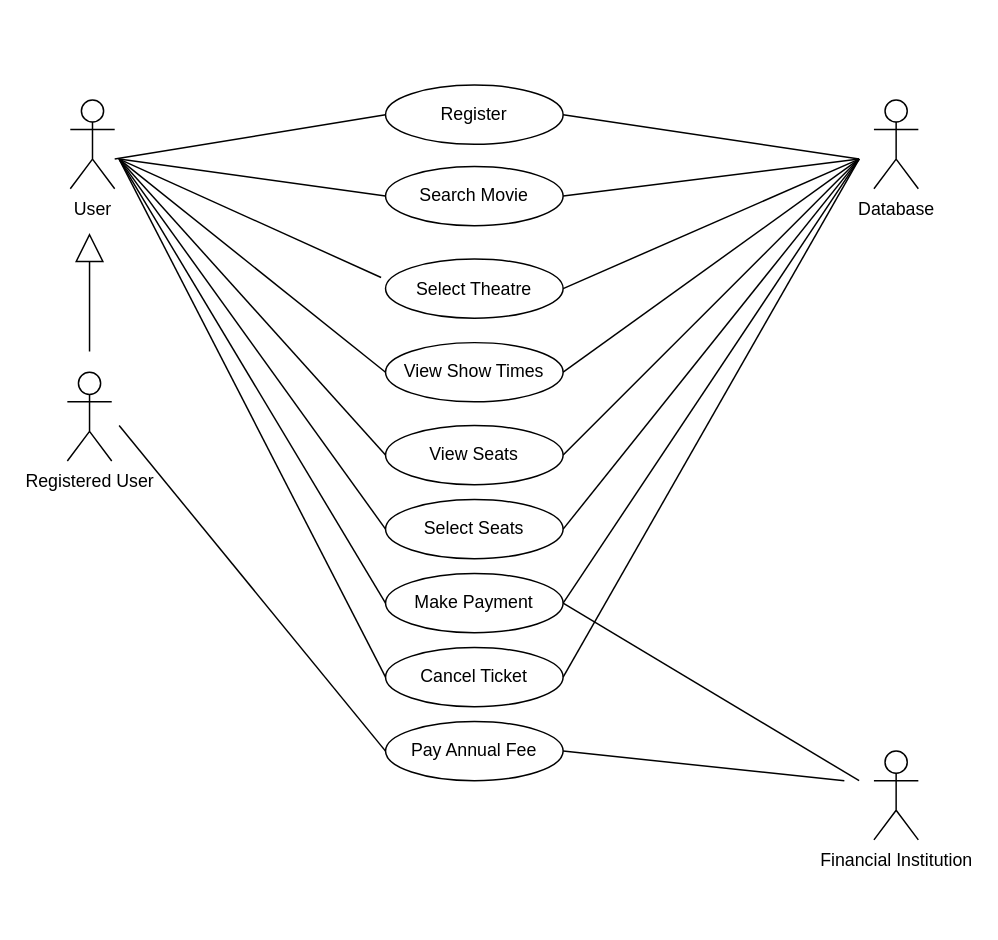
Before: Dessign Documents/Diagrams/usecase_diagram.drawio in folkg/movie-ticket-reservation-app, a draw.io diagram. Source tidied: cells renumbered, new cells numbered last; positions are measured from the earlier drawing's top-left corner, leaving out a move shared by most shapes. Both pictures are drawn from the tidied source at 148%, with x=0, y=0 at pixel (67, 84).
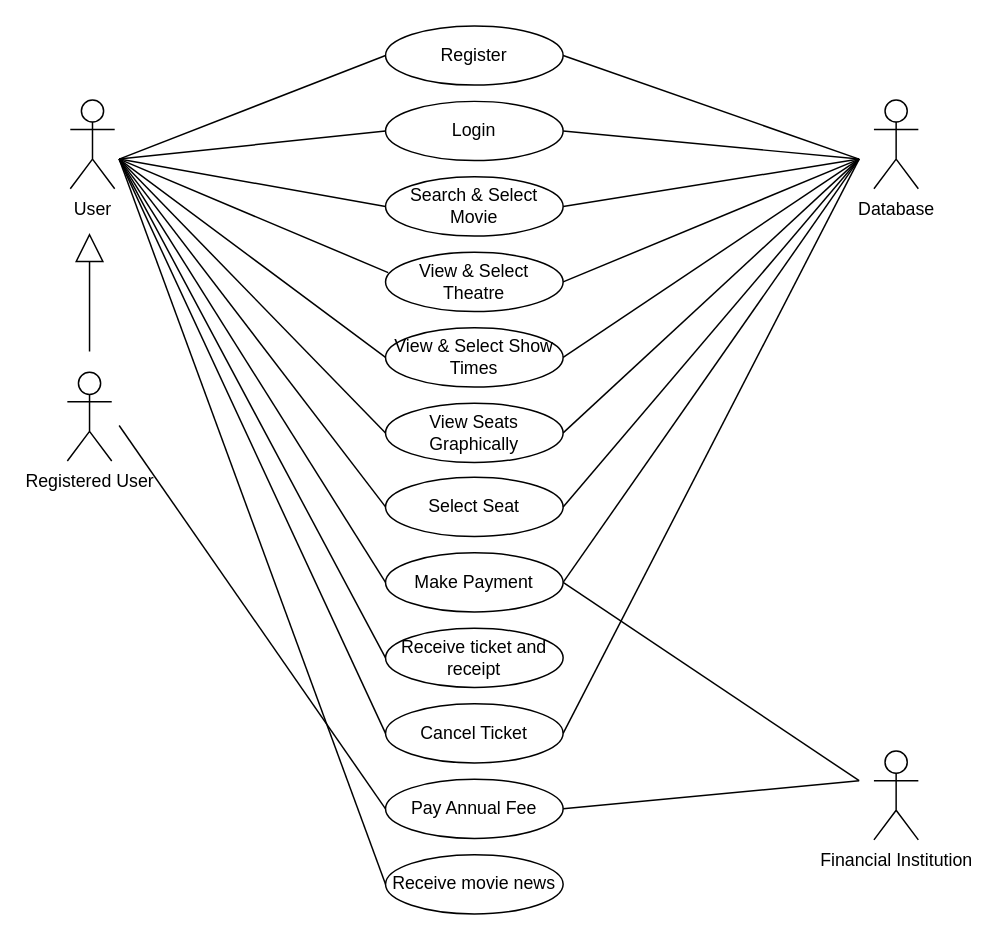
After the change.

Commit message:
added login, ticket, and news cases

The edit, as a diff of the source:
```diff
@@
     <mxCell id="2" value="Register" style="ellipse;whiteSpace=wrap;html=1;" parent="1" vertex="1">
-      <mxGeometry x="215" width="120" height="40" as="geometry" />
+      <mxGeometry x="215" y="-40" width="120" height="40" as="geometry" />
     </mxCell>
-    <mxCell id="3" value="Search Movie" style="ellipse;whiteSpace=wrap;html=1;" parent="1" vertex="1">
-      <mxGeometry x="215" y="55" width="120" height="40" as="geometry" />
+    <mxCell id="3" value="Search &amp;amp; Select Movie" style="ellipse;whiteSpace=wrap;html=1;" parent="1" vertex="1">
+      <mxGeometry x="215" y="62" width="120" height="40" as="geometry" />
     </mxCell>
-    <mxCell id="4" value="View Show Times" style="ellipse;whiteSpace=wrap;html=1;" parent="1" vertex="1">
-      <mxGeometry x="215" y="174" width="120" height="40" as="geometry" />
+    <mxCell id="4" value="View &amp;amp; Select Show Times" style="ellipse;whiteSpace=wrap;html=1;" parent="1" vertex="1">
+      <mxGeometry x="215" y="164" width="120" height="40" as="geometry" />
     </mxCell>
-    <mxCell id="5" value="Select Theatre" style="ellipse;whiteSpace=wrap;html=1;" parent="1" vertex="1">
-      <mxGeometry x="215" y="117.5" width="120" height="40" as="geometry" />
+    <mxCell id="5" value="View &amp;amp; Select Theatre" style="ellipse;whiteSpace=wrap;html=1;" parent="1" vertex="1">
+      <mxGeometry x="215" y="113" width="120" height="40" as="geometry" />
     </mxCell>
-    <mxCell id="6" value="View Seats" style="ellipse;whiteSpace=wrap;html=1;" parent="1" vertex="1">
-      <mxGeometry x="215" y="230" width="120" height="40" as="geometry" />
+    <mxCell id="6" value="View Seats Graphically" style="ellipse;whiteSpace=wrap;html=1;" parent="1" vertex="1">
+      <mxGeometry x="215" y="215" width="120" height="40" as="geometry" />
     </mxCell>
-    <mxCell id="7" value="Select Seats" style="ellipse;whiteSpace=wrap;html=1;" parent="1" vertex="1">
-      <mxGeometry x="215" y="280" width="120" height="40" as="geometry" />
+    <mxCell id="7" value="Select Seat" style="ellipse;whiteSpace=wrap;html=1;" parent="1" vertex="1">
+      <mxGeometry x="215" y="265" width="120" height="40" as="geometry" />
     </mxCell>
+    <mxCell id="35" style="edgeStyle=none;html=1;exitX=1;exitY=0.5;exitDx=0;exitDy=0;endArrow=none;endFill=0;" parent="1" edge="1" source="8">
+      <mxGeometry relative="1" as="geometry">
+        <mxPoint x="535" y="50" as="targetPoint" />
+      </mxGeometry>
+    </mxCell>
     <mxCell id="8" value="Make Payment" style="ellipse;whiteSpace=wrap;html=1;" parent="1" vertex="1">
-      <mxGeometry x="215" y="330" width="120" height="40" as="geometry" />
+      <mxGeometry x="215" y="316" width="120" height="40" as="geometry" />
     </mxCell>
     <mxCell id="9" value="Cancel Ticket" style="ellipse;whiteSpace=wrap;html=1;" parent="1" vertex="1">
-      <mxGeometry x="215" y="380" width="120" height="40" as="geometry" />
+      <mxGeometry x="215" y="418" width="120" height="40" as="geometry" />
     </mxCell>
     <mxCell id="10" value="Pay Annual Fee" style="ellipse;whiteSpace=wrap;html=1;" parent="1" vertex="1">
-      <mxGeometry x="215" y="430" width="120" height="40" as="geometry" />
+      <mxGeometry x="215" y="469" width="120" height="40" as="geometry" />
     </mxCell>
@@
     <mxCell id="16" style="endArrow=none;html=1;strokeWidth=1;entryX=0;entryY=0.5;entryDx=0;entryDy=0;" parent="1" edge="1" target="2">
       <mxGeometry relative="1" as="geometry">
-        <mxPoint x="32" y="50" as="sourcePoint" />
+        <mxPoint x="35" y="50" as="sourcePoint" />
       </mxGeometry>
     </mxCell>
@@
-    <mxCell id="18" style="endArrow=none;html=1;strokeWidth=1;entryX=0;entryY=0.5;entryDx=0;entryDy=0;" parent="1" edge="1">
+    <mxCell id="18" style="endArrow=none;html=1;strokeWidth=1;entryX=0.015;entryY=0.342;entryDx=0;entryDy=0;entryPerimeter=0;" parent="1" edge="1" target="5">
       <mxGeometry relative="1" as="geometry">
         <mxPoint x="35" y="50" as="sourcePoint" />
-        <mxPoint x="212" y="130" as="targetPoint" />
       </mxGeometry>
     </mxCell>
@@
     <mxCell id="33" style="endArrow=none;html=1;strokeWidth=1;exitX=1;exitY=0.5;exitDx=0;exitDy=0;" parent="1" edge="1" source="10">
       <mxGeometry relative="1" as="geometry">
-        <mxPoint x="525" y="470" as="targetPoint" />
+        <mxPoint x="535" y="470" as="targetPoint" />
       </mxGeometry>
     </mxCell>
-    <mxCell id="34" style="endArrow=none;html=1;" parent="1" edge="1">
-      <mxGeometry relative="1" as="geometry">
-        <mxPoint x="335" y="350" as="sourcePoint" />
-        <mxPoint x="535" y="50" as="targetPoint" />
-      </mxGeometry>
-    </mxCell>
+    <mxCell id="36" style="edgeStyle=none;html=1;exitX=0;exitY=0.5;exitDx=0;exitDy=0;endArrow=none;endFill=0;" parent="1" edge="1" source="38">
+      <mxGeometry relative="1" as="geometry">
+        <mxPoint x="35" y="50" as="targetPoint" />
+      </mxGeometry>
+    </mxCell>
+    <mxCell id="37" style="edgeStyle=none;html=1;exitX=1;exitY=0.5;exitDx=0;exitDy=0;endArrow=none;endFill=0;" parent="1" edge="1" source="38">
+      <mxGeometry relative="1" as="geometry">
+        <mxPoint x="535" y="50" as="targetPoint" />
+      </mxGeometry>
+    </mxCell>
+    <mxCell id="38" value="Login" style="ellipse;whiteSpace=wrap;html=1;" parent="1" vertex="1">
+      <mxGeometry x="215" y="11" width="120" height="40" as="geometry" />
+    </mxCell>
+    <mxCell id="39" style="edgeStyle=none;html=1;exitX=0;exitY=0.5;exitDx=0;exitDy=0;endArrow=none;endFill=0;" parent="1" edge="1" source="40">
+      <mxGeometry relative="1" as="geometry">
+        <mxPoint x="35" y="50" as="targetPoint" />
+      </mxGeometry>
+    </mxCell>
+    <mxCell id="40" value="Receive ticket and receipt" style="ellipse;whiteSpace=wrap;html=1;" parent="1" vertex="1">
+      <mxGeometry x="215" y="367" width="120" height="40" as="geometry" />
+    </mxCell>
+    <mxCell id="41" style="edgeStyle=none;html=1;exitX=0;exitY=0.5;exitDx=0;exitDy=0;endArrow=none;endFill=0;" parent="1" edge="1" source="42">
+      <mxGeometry relative="1" as="geometry">
+        <mxPoint x="35" y="50" as="targetPoint" />
+      </mxGeometry>
+    </mxCell>
+    <mxCell id="42" value="Receive movie news" style="ellipse;whiteSpace=wrap;html=1;" parent="1" vertex="1">
+      <mxGeometry x="215" y="520" width="120" height="40" as="geometry" />
+    </mxCell>
```
